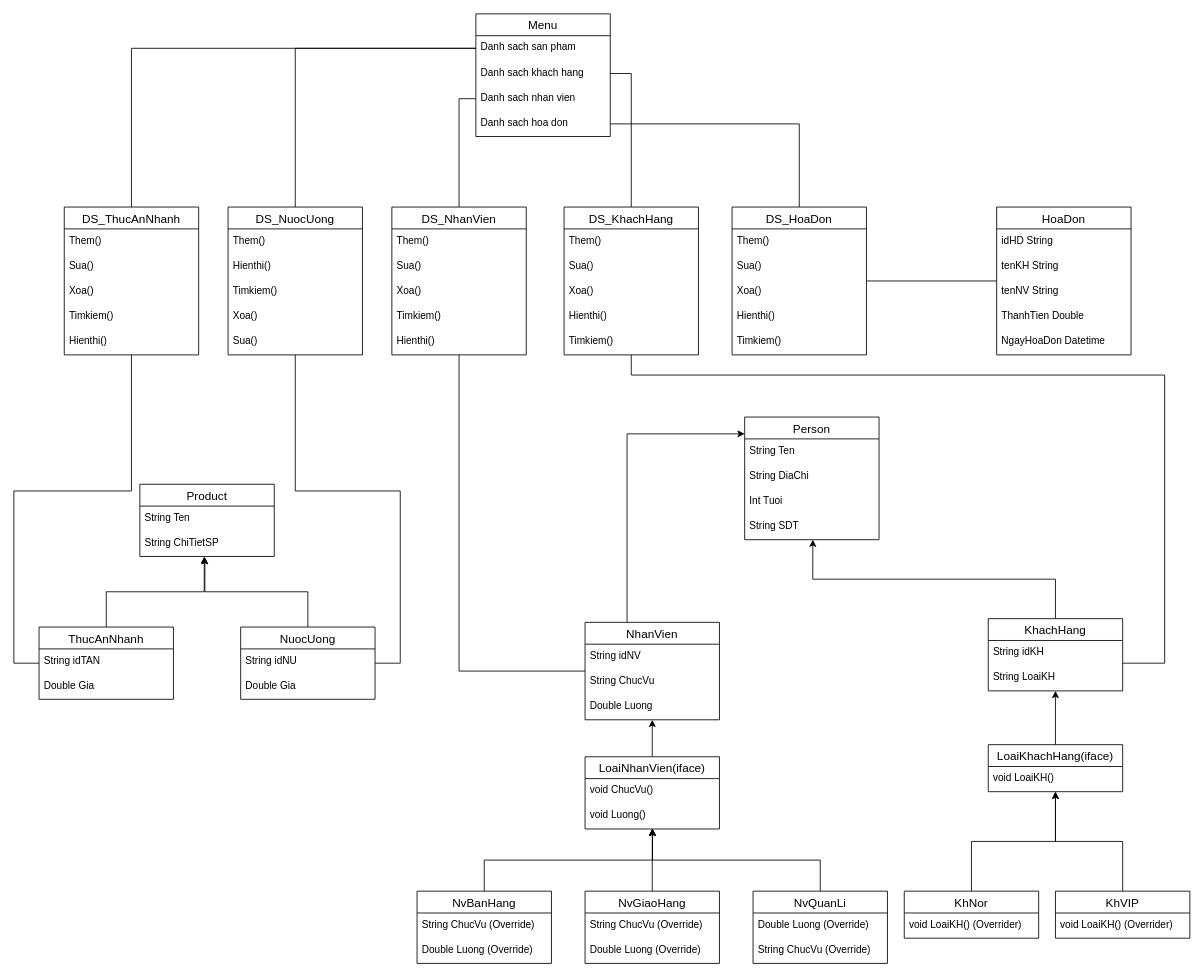
Before: Fast-food-store-Manager-OOP-main/UMLDiagram.drawio in EdgarIgnite16/Fast-food-store-Manager-OOP, a draw.io diagram. Source tidied: cells renumbered, new cells numbered last; positions are measured from the earlier drawing's top-left corner, leaving out a move shared by most shapes. Both pictures are drawn from the tidied source at 84%, with x=0, y=0 at pixel (13, 13).
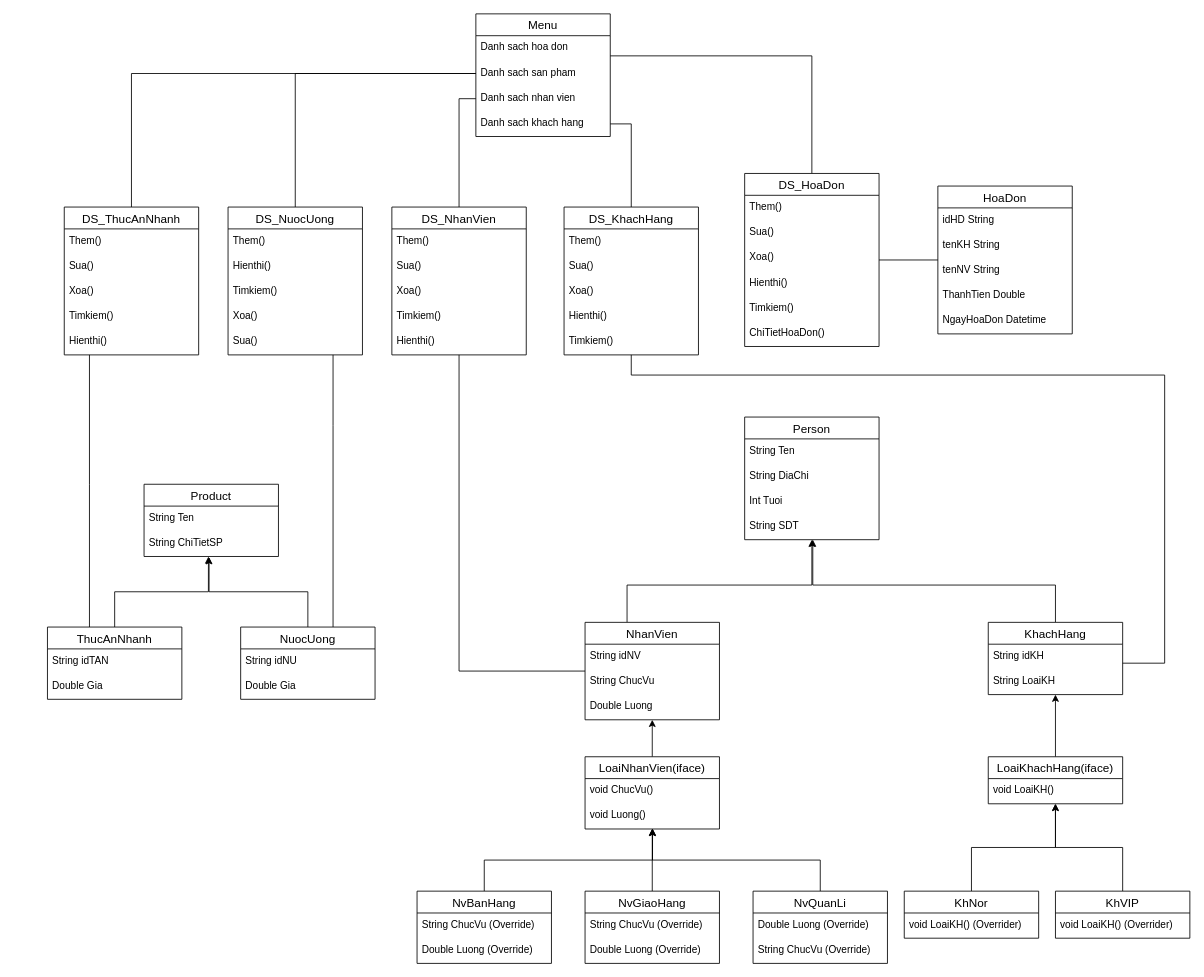
Above is the later version.

Unchanged cells that the change refers to:
```xml
<mxCell id="19" value="NuocUong" style="swimlane;fontStyle=0;horizontal=1;startSize=26;align=center;fontSize=14;" parent="1" vertex="1">
  <mxGeometry x="270" y="730" width="160" height="86" as="geometry" />
</mxCell>
<mxCell id="22" value="Person" style="swimlane;fontStyle=0;horizontal=1;startSize=26;align=center;fontSize=14;" parent="1" vertex="1">
  <mxGeometry x="870" y="480" width="160" height="146" as="geometry" />
</mxCell>
<mxCell id="26" value="String SDT" style="text;strokeColor=none;fillColor=none;spacingLeft=4;spacingRight=4;overflow=hidden;points=[[0,0.5],[1,0.5]];portConstraint=eastwest;fontSize=12;" parent="22" vertex="1">
  <mxGeometry y="116" width="160" height="30" as="geometry" />
</mxCell>
<mxCell id="29" value="NhanVien" style="swimlane;fontStyle=0;horizontal=1;startSize=26;align=center;fontSize=14;" parent="1" vertex="1">
  <mxGeometry x="680" y="724.4" width="160" height="116" as="geometry" />
</mxCell>
<mxCell id="43" value="DS_ThucAnNhanh" style="swimlane;fontStyle=0;horizontal=1;startSize=26;align=center;fontSize=14;" parent="1" vertex="1">
  <mxGeometry x="60" y="230" width="160" height="176" as="geometry" />
</mxCell>
<mxCell id="50" value="DS_NuocUong" style="swimlane;fontStyle=0;horizontal=1;startSize=26;align=center;fontSize=14;" parent="1" vertex="1">
  <mxGeometry x="255" y="230" width="160" height="176" as="geometry" />
</mxCell>
<mxCell id="78" value="Menu" style="swimlane;fontStyle=0;horizontal=1;startSize=26;align=center;fontSize=14;" parent="1" vertex="1">
  <mxGeometry x="550" width="160" height="146" as="geometry" />
</mxCell>
```

What changed in the source:
```diff
@@
     <mxCell id="2" value="Product" style="swimlane;fontStyle=0;horizontal=1;startSize=26;align=center;fontSize=14;" parent="1" vertex="1">
-      <mxGeometry x="150" y="560" width="160" height="86" as="geometry" />
+      <mxGeometry x="155" y="560" width="160" height="86" as="geometry" />
     </mxCell>
@@
     <mxCell id="6" value="HoaDon" style="swimlane;fontStyle=0;horizontal=1;startSize=26;align=center;fontSize=14;" parent="1" vertex="1">
-      <mxGeometry x="1170" y="230" width="160" height="176" as="geometry" />
+      <mxGeometry x="1100" y="205" width="160" height="176" as="geometry" />
     </mxCell>
@@
     <mxCell id="13" style="edgeStyle=orthogonalEdgeStyle;rounded=0;jettySize=auto;html=1;endArrow=none;endFill=0;" parent="1" edge="1" source="14" target="43">
       <mxGeometry relative="1" as="geometry">
         <Array as="points">
-          <mxPoint y="773" />
-          <mxPoint y="568" />
-          <mxPoint x="140" y="568" />
+          <mxPoint x="90" y="560" />
+          <mxPoint x="90" y="560" />
         </Array>
       </mxGeometry>
     </mxCell>
     <mxCell id="14" value="ThucAnNhanh" style="swimlane;fontStyle=0;horizontal=1;startSize=26;align=center;fontSize=14;" parent="1" vertex="1">
-      <mxGeometry x="30" y="730" width="160" height="86" as="geometry" />
+      <mxGeometry x="40" y="730" width="160" height="86" as="geometry" />
     </mxCell>
@@
     <mxCell id="18" style="edgeStyle=orthogonalEdgeStyle;rounded=0;jettySize=auto;html=1;endArrow=none;endFill=0;" parent="1" edge="1" source="19" target="50">
       <mxGeometry relative="1" as="geometry">
         <Array as="points">
-          <mxPoint x="460" y="773" />
-          <mxPoint x="460" y="568" />
-          <mxPoint x="335" y="568" />
+          <mxPoint x="380" y="490" />
+          <mxPoint x="380" y="490" />
         </Array>
       </mxGeometry>
     </mxCell>
@@
     <mxCell id="28" style="edgeStyle=orthogonalEdgeStyle;rounded=0;jettySize=auto;html=1;endArrow=classic;endFill=1;" parent="1" edge="1" source="29" target="22">
       <mxGeometry relative="1" as="geometry">
         <Array as="points">
-          <mxPoint x="730" y="500" />
+          <mxPoint x="730" y="680" />
+          <mxPoint x="950" y="680" />
         </Array>
       </mxGeometry>
     </mxCell>
@@
     <mxCell id="33" style="edgeStyle=orthogonalEdgeStyle;rounded=0;jettySize=auto;html=1;entryX=0.507;entryY=0.997;entryDx=0;entryDy=0;entryPerimeter=0;" parent="1" edge="1" source="35" target="26">
-      <mxGeometry relative="1" as="geometry" />
+      <mxGeometry relative="1" as="geometry">
+        <Array as="points">
+          <mxPoint x="1240" y="680" />
+          <mxPoint x="951" y="680" />
+        </Array>
+      </mxGeometry>
     </mxCell>
@@
     <mxCell id="35" value="KhachHang" style="swimlane;fontStyle=0;horizontal=1;startSize=26;align=center;fontSize=14;" parent="1" vertex="1">
-      <mxGeometry x="1160" y="720" width="160" height="86" as="geometry" />
+      <mxGeometry x="1160" y="724.4" width="160" height="86" as="geometry" />
     </mxCell>
@@
+    <mxCell id="82" value="Danh sach hoa don" style="text;strokeColor=none;fillColor=none;spacingLeft=4;spacingRight=4;overflow=hidden;points=[[0,0.5],[1,0.5]];portConstraint=eastwest;fontSize=12;" parent="78" vertex="1">
+      <mxGeometry y="26" width="160" height="30" as="geometry" />
+    </mxCell>
     <mxCell id="79" value="Danh sach san pham" style="text;strokeColor=none;fillColor=none;spacingLeft=4;spacingRight=4;overflow=hidden;points=[[0,0.5],[1,0.5]];portConstraint=eastwest;fontSize=12;" parent="78" vertex="1">
-      <mxGeometry y="26" width="160" height="30" as="geometry" />
+      <mxGeometry y="56" width="160" height="30" as="geometry" />
     </mxCell>
+    <mxCell id="81" value="Danh sach nhan vien" style="text;strokeColor=none;fillColor=none;spacingLeft=4;spacingRight=4;overflow=hidden;points=[[0,0.5],[1,0.5]];portConstraint=eastwest;fontSize=12;" parent="78" vertex="1">
+      <mxGeometry y="86" width="160" height="30" as="geometry" />
+    </mxCell>
     <mxCell id="80" value="Danh sach khach hang" style="text;strokeColor=none;fillColor=none;spacingLeft=4;spacingRight=4;overflow=hidden;points=[[0,0.5],[1,0.5]];portConstraint=eastwest;fontSize=12;" parent="78" vertex="1">
-      <mxGeometry y="56" width="160" height="30" as="geometry" />
+      <mxGeometry y="116" width="160" height="30" as="geometry" />
     </mxCell>
-    <mxCell id="81" value="Danh sach nhan vien" style="text;strokeColor=none;fillColor=none;spacingLeft=4;spacingRight=4;overflow=hidden;points=[[0,0.5],[1,0.5]];portConstraint=eastwest;fontSize=12;" parent="78" vertex="1">
-      <mxGeometry y="86" width="160" height="30" as="geometry" />
-    </mxCell>
-    <mxCell id="82" value="Danh sach hoa don" style="text;strokeColor=none;fillColor=none;spacingLeft=4;spacingRight=4;overflow=hidden;points=[[0,0.5],[1,0.5]];portConstraint=eastwest;fontSize=12;" parent="78" vertex="1">
-      <mxGeometry y="116" width="160" height="30" as="geometry" />
-    </mxCell>
@@
     <mxCell id="87" style="edgeStyle=orthogonalEdgeStyle;rounded=0;jettySize=auto;html=1;endArrow=none;endFill=0;" parent="1" edge="1" source="88" target="82">
       <mxGeometry relative="1" as="geometry">
         <Array as="points">
-          <mxPoint x="935" y="131" />
+          <mxPoint x="950" y="50" />
         </Array>
       </mxGeometry>
     </mxCell>
     <mxCell id="88" value="DS_HoaDon" style="swimlane;fontStyle=0;horizontal=1;startSize=26;align=center;fontSize=14;" parent="1" vertex="1">
-      <mxGeometry x="855" y="230" width="160" height="176" as="geometry" />
+      <mxGeometry x="870" y="190" width="160" height="206" as="geometry" />
     </mxCell>
@@
+    <mxCell id="103" value="ChiTietHoaDon()" style="text;strokeColor=none;fillColor=none;spacingLeft=4;spacingRight=4;overflow=hidden;fontSize=12;" parent="88" vertex="1">
+      <mxGeometry y="176" width="160" height="30" as="geometry" />
+    </mxCell>
@@
     <mxCell id="95" value="LoaiKhachHang(iface)" style="swimlane;fontStyle=0;horizontal=1;startSize=26;align=center;fontSize=14;" parent="1" vertex="1">
-      <mxGeometry x="1160" y="870" width="160" height="56" as="geometry" />
+      <mxGeometry x="1160" y="884.4" width="160" height="56" as="geometry" />
     </mxCell>
```
